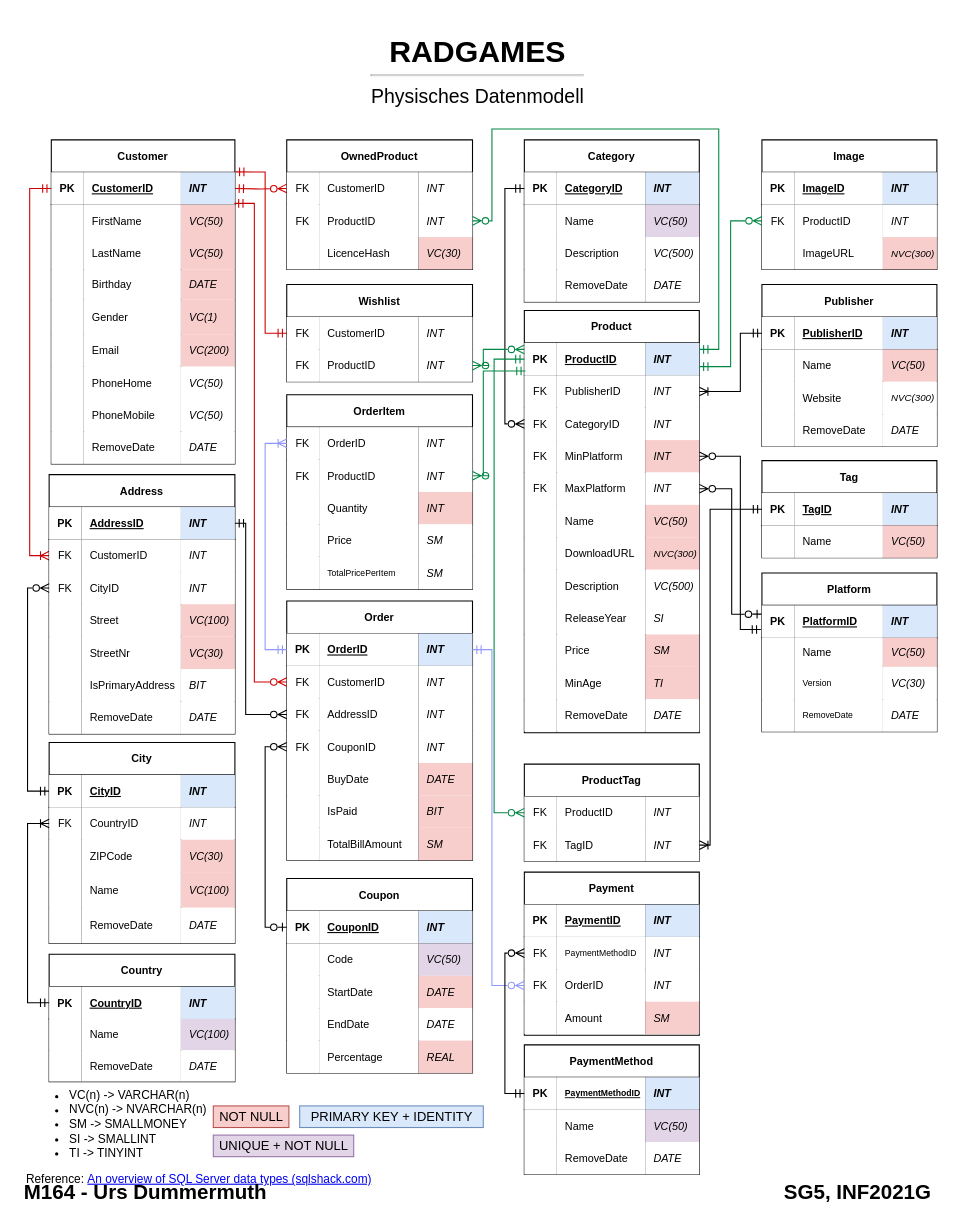
Above: page "Physisch" (3 of 3) of Konzepte/Datenmodell.drawio in TD99/gibb-m164 (draw.io), before the change. Source tidied: cells renumbered, new cells numbered last; positions are measured from the earlier drawing's top-left corner, leaving out a move shared by most shapes. Both pictures are drawn from the tidied source at 108%, with x=0, y=0 at pixel (18, 29).
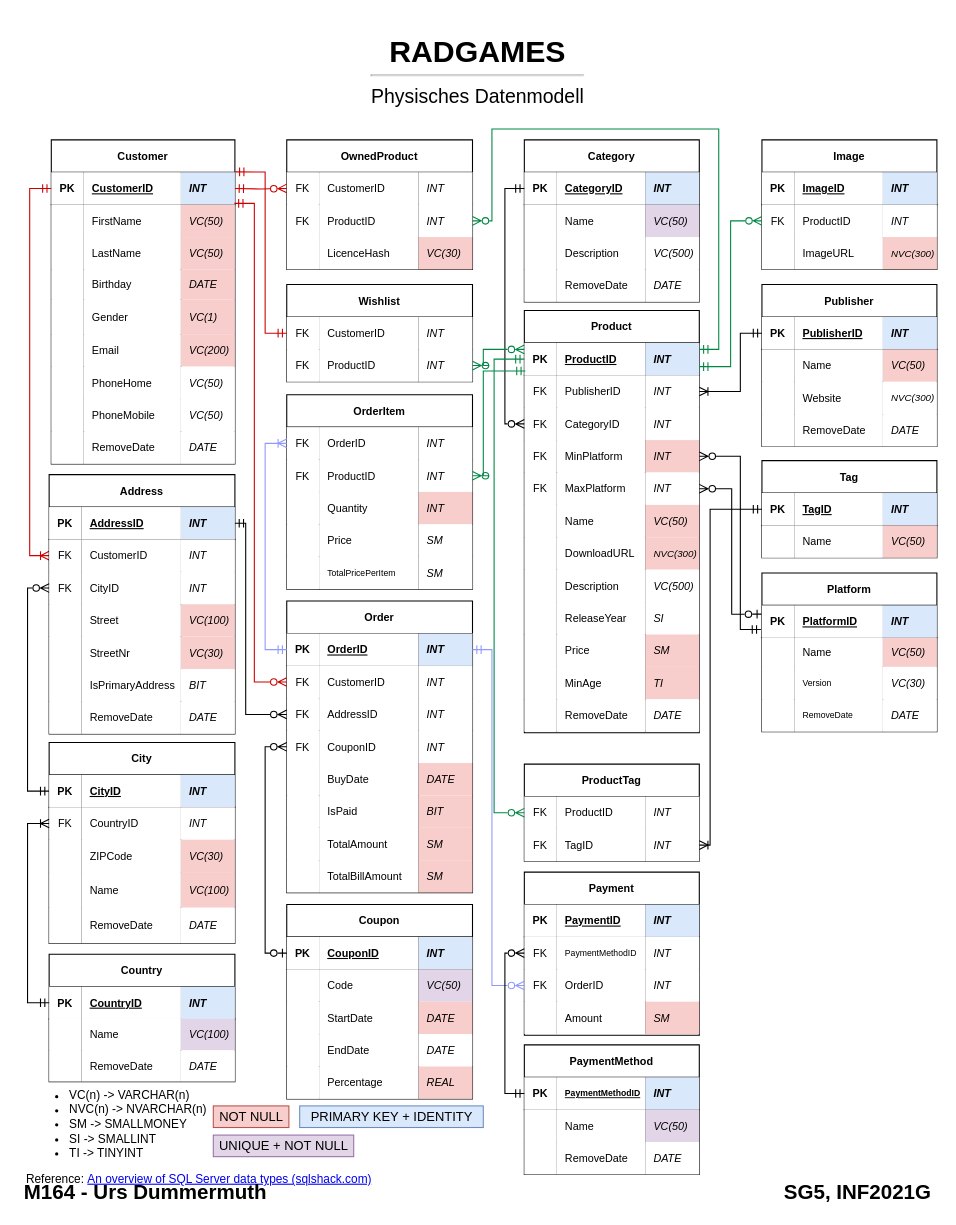
Above is the later version.

The change refers to these unchanged cells:
```xml
<mxCell id="156" style="shape=tableRow;horizontal=0;startSize=0;swimlaneHead=0;swimlaneBody=0;fillColor=none;top=0;left=0;right=0;bottom=0;fontSize=10;" parent="131" vertex="1">
  <mxGeometry y="210" width="172" height="30" as="geometry" />
</mxCell>
```

Diff of the diagram source:
```diff
@@
     <mxCell id="131" value="Order" style="shape=table;startSize=30;childLayout=tableLayout;rowLines=0;fontStyle=1;align=center;fontSize=10;" parent="1" vertex="1">
-      <mxGeometry x="248" y="529" width="172" height="240" as="geometry" />
+      <mxGeometry x="248" y="529" width="172" height="270" as="geometry" />
     </mxCell>
@@
-    <mxCell id="158" value="TotalBillAmount" style="shape=partialRectangle;fillColor=default;top=0;left=0;bottom=0;right=0;align=left;spacingLeft=6;overflow=hidden;fontSize=10;" parent="156" vertex="1">
+    <mxCell id="158" value="TotalAmount" style="shape=partialRectangle;fillColor=default;top=0;left=0;bottom=0;right=0;align=left;spacingLeft=6;overflow=hidden;fontSize=10;" parent="156" vertex="1">
       <mxGeometry x="30" width="92" height="30" as="geometry" />
     </mxCell>
@@
+    <mxCell id="384" style="shape=tableRow;horizontal=0;startSize=0;swimlaneHead=0;swimlaneBody=0;fillColor=none;top=0;left=0;right=0;bottom=0;fontSize=10;" parent="131" vertex="1">
+      <mxGeometry y="240" width="172" height="30" as="geometry" />
+    </mxCell>
+    <mxCell id="385" style="shape=partialRectangle;fillColor=default;top=0;left=0;bottom=0;right=0;overflow=hidden;fontSize=10;" parent="384" vertex="1">
+      <mxGeometry width="30" height="30" as="geometry" />
+    </mxCell>
+    <mxCell id="386" value="TotalBillAmount" style="shape=partialRectangle;fillColor=default;top=0;left=0;bottom=0;right=0;align=left;spacingLeft=6;overflow=hidden;fontSize=10;" parent="384" vertex="1">
+      <mxGeometry x="30" width="92" height="30" as="geometry" />
+    </mxCell>
+    <mxCell id="387" value="SM" style="shape=partialRectangle;fillColor=#f8cecc;top=0;left=0;bottom=0;right=0;align=left;spacingLeft=6;overflow=hidden;fontSize=10;fontStyle=2;strokeColor=#b85450;" parent="384" vertex="1">
+      <mxGeometry x="122" width="50" height="30" as="geometry" />
+    </mxCell>
@@
     <mxCell id="163" value="Coupon" style="shape=table;startSize=30;childLayout=tableLayout;rowLines=0;fontStyle=1;align=center;fontSize=10;fillColor=default;" parent="1" vertex="1">
-      <mxGeometry x="248" y="786" width="172" height="180" as="geometry" />
+      <mxGeometry x="248" y="810" width="172" height="180" as="geometry" />
     </mxCell>
```
